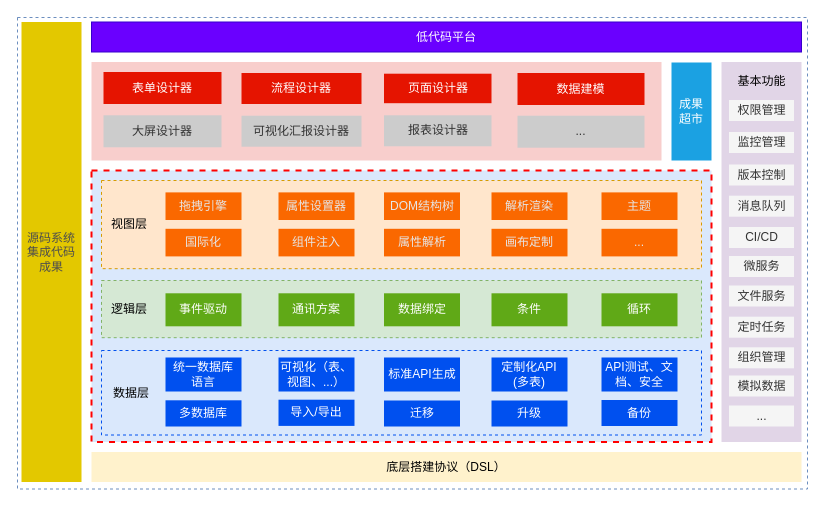
tangyaosimida/love keeps this draw.io diagram as 低代码—泳道图—研究内容.drawio. Above is the earlier version. Source tidied: cells renumbered, new cells numbered last; positions are measured from the earlier drawing's top-left corner, leaving out a move shared by most shapes. Both pictures are drawn from the tidied source at 100%, with x=0, y=0 at pixel (17, 17).
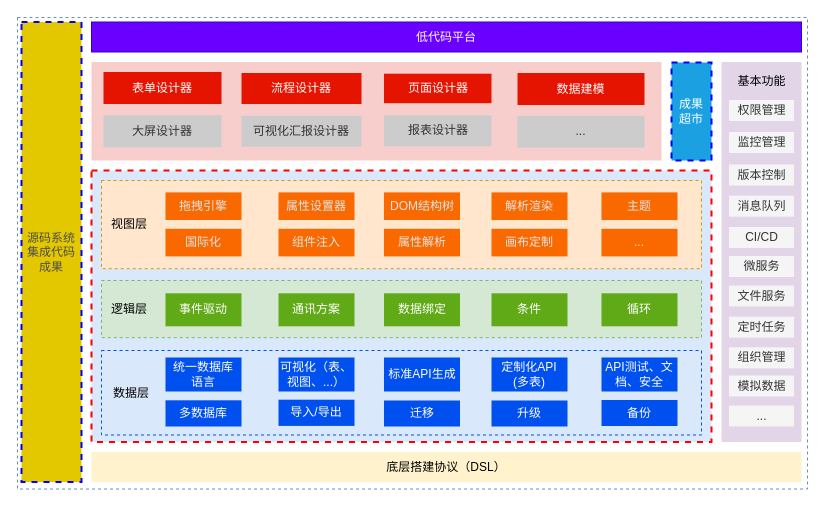
Above is the later version.

Commit message:
更新低代码—泳道图—研究内容.drawio

What changed in the source:
```diff
@@
-    <mxCell id="8" value="成果&lt;div&gt;超市&lt;/div&gt;" style="rounded=0;whiteSpace=wrap;html=1;fillColor=#1ba1e2;strokeColor=none;fontColor=#ffffff;" parent="1" vertex="1">
+    <mxCell id="8" value="成果&lt;div&gt;超市&lt;/div&gt;" style="rounded=0;whiteSpace=wrap;html=1;fillColor=#1ba1e2;strokeColor=#0000FF;fontColor=#ffffff;dashed=1;strokeWidth=2;" parent="1" vertex="1">
       <mxGeometry x="654" y="45" width="40" height="98" as="geometry" />
     </mxCell>
@@
-    <mxCell id="20" value="&lt;font color=&quot;#4d4d4d&quot;&gt;源码系统集成代码成果&lt;/font&gt;" style="rounded=0;whiteSpace=wrap;html=1;fillColor=#e3c800;strokeColor=none;fontColor=#000000;" parent="1" vertex="1">
+    <mxCell id="20" value="&lt;font color=&quot;#4d4d4d&quot;&gt;源码系统集成代码成果&lt;/font&gt;" style="rounded=0;whiteSpace=wrap;html=1;fillColor=#e3c800;strokeColor=#0000FF;fontColor=#000000;dashed=1;strokeWidth=2;" parent="1" vertex="1">
       <mxGeometry x="4" y="4.5" width="60" height="460" as="geometry" />
     </mxCell>
```
